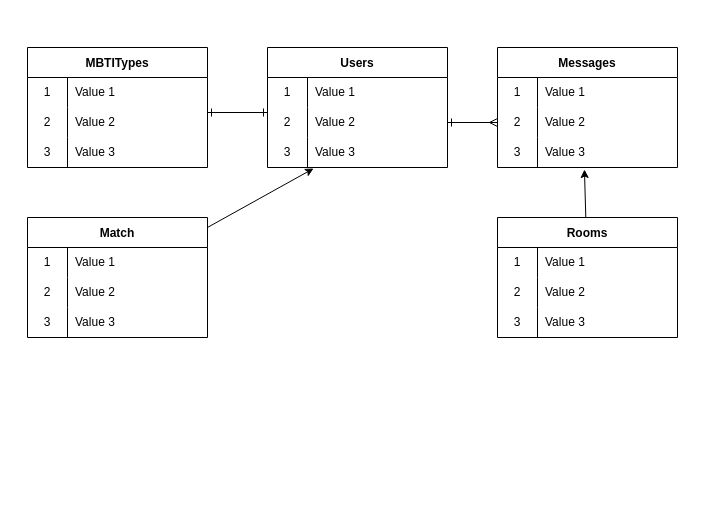
aki123a/mindmate keeps this draw.io diagram as er.dio. Above is the earlier version. Source tidied: cells renumbered, new cells numbered last; positions are measured from the earlier drawing's top-left corner, leaving out a move shared by most shapes. Both pictures are drawn from the tidied source at 100%, with x=0, y=0 at pixel (27, 47).
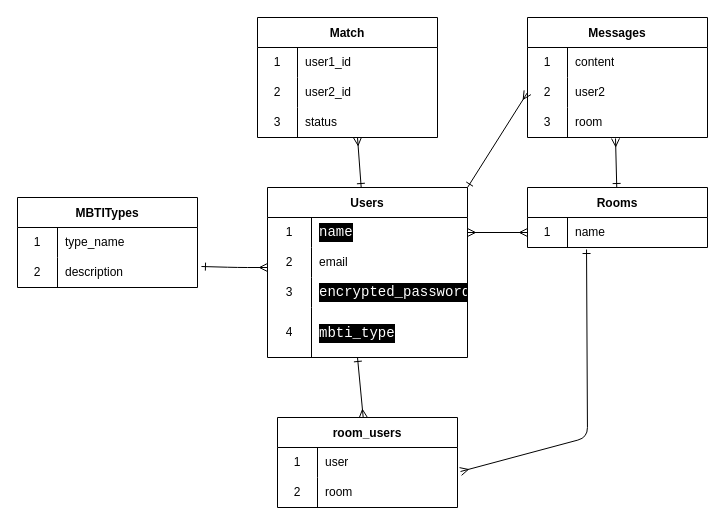
The same page after the edit.

Unchanged cells that the change refers to:
```xml
<mxCell id="3" style="shape=tableRow;horizontal=0;startSize=0;swimlaneHead=0;swimlaneBody=0;top=0;left=0;bottom=0;right=0;fillColor=none;" parent="2" vertex="1">
  <mxGeometry y="30" width="180" height="30" as="geometry" />
</mxCell>
<mxCell id="6" style="shape=tableRow;horizontal=0;startSize=0;swimlaneHead=0;swimlaneBody=0;top=0;left=0;bottom=0;right=0;fillColor=none;points=[[0,0.5],[1,0.5]];portConstraint=eastwest;" parent="2" vertex="1">
  <mxGeometry y="60" width="180" height="30" as="geometry" />
</mxCell>
<mxCell id="9" style="shape=tableRow;horizontal=0;startSize=0;swimlaneHead=0;swimlaneBody=0;top=0;left=0;bottom=0;right=0;fillColor=none;points=[[0,0.5],[1,0.5]];portConstraint=eastwest;" parent="2" vertex="1">
  <mxGeometry y="90" width="180" height="30" as="geometry" />
</mxCell>
<mxCell id="14" style="shape=tableRow;horizontal=0;startSize=0;swimlaneHead=0;swimlaneBody=0;top=0;left=0;bottom=0;right=0;fillColor=none;" parent="13" vertex="1">
  <mxGeometry y="30" width="180" height="30" as="geometry" />
</mxCell>
<mxCell id="17" style="shape=tableRow;horizontal=0;startSize=0;swimlaneHead=0;swimlaneBody=0;top=0;left=0;bottom=0;right=0;fillColor=none;" parent="13" vertex="1">
  <mxGeometry y="60" width="180" height="30" as="geometry" />
</mxCell>
<mxCell id="20" style="shape=tableRow;horizontal=0;startSize=0;swimlaneHead=0;swimlaneBody=0;top=0;left=0;bottom=0;right=0;fillColor=none;" parent="13" vertex="1">
  <mxGeometry y="90" width="180" height="30" as="geometry" />
</mxCell>
<mxCell id="24" style="shape=tableRow;horizontal=0;startSize=0;swimlaneHead=0;swimlaneBody=0;top=0;left=0;bottom=0;right=0;fillColor=none;" parent="23" vertex="1">
  <mxGeometry y="30" width="180" height="30" as="geometry" />
</mxCell>
<mxCell id="27" style="shape=tableRow;horizontal=0;startSize=0;swimlaneHead=0;swimlaneBody=0;top=0;left=0;bottom=0;right=0;fillColor=none;points=[[0,0.5],[1,0.5]];portConstraint=eastwest;" parent="23" vertex="1">
  <mxGeometry y="60" width="180" height="30" as="geometry" />
</mxCell>
<mxCell id="35" style="shape=tableRow;horizontal=0;startSize=0;swimlaneHead=0;swimlaneBody=0;top=0;left=0;bottom=0;right=0;fillColor=none;points=[[0,0.5],[1,0.5]];portConstraint=eastwest;" parent="34" vertex="1">
  <mxGeometry y="30" width="180" height="30" as="geometry" />
</mxCell>
```

Diff of the diagram source:
```diff
@@
     <mxCell id="2" value="Messages" style="shape=table;startSize=30;childLayout=tableLayout;rowLines=0;fontStyle=1;" parent="1" vertex="1">
-      <mxGeometry x="470" width="180" height="120" as="geometry" />
+      <mxGeometry x="500" y="-30" width="180" height="120" as="geometry" />
     </mxCell>
@@
-    <mxCell id="5" value="Value 1" style="shape=partialRectangle;html=1;whiteSpace=wrap;fillColor=none;top=0;left=0;bottom=0;right=0;align=left;spacingLeft=6;overflow=hidden;" parent="3" vertex="1">
+    <mxCell id="5" value="content" style="shape=partialRectangle;html=1;whiteSpace=wrap;fillColor=none;top=0;left=0;bottom=0;right=0;align=left;spacingLeft=6;overflow=hidden;" parent="3" vertex="1">
       <mxGeometry x="40" width="140" height="30" as="geometry" />
     </mxCell>
@@
-    <mxCell id="8" value="Value 2" style="shape=partialRectangle;html=1;whiteSpace=wrap;fillColor=none;top=0;left=0;bottom=0;right=0;align=left;spacingLeft=6;overflow=hidden;" parent="6" vertex="1">
+    <mxCell id="8" value="user2" style="shape=partialRectangle;html=1;whiteSpace=wrap;fillColor=none;top=0;left=0;bottom=0;right=0;align=left;spacingLeft=6;overflow=hidden;" parent="6" vertex="1">
       <mxGeometry x="40" width="140" height="30" as="geometry" />
     </mxCell>
@@
-    <mxCell id="11" value="Value 3" style="shape=partialRectangle;html=1;whiteSpace=wrap;fillColor=none;top=0;left=0;bottom=0;right=0;align=left;spacingLeft=6;overflow=hidden;" parent="9" vertex="1">
+    <mxCell id="11" value="room" style="shape=partialRectangle;html=1;whiteSpace=wrap;fillColor=none;top=0;left=0;bottom=0;right=0;align=left;spacingLeft=6;overflow=hidden;" parent="9" vertex="1">
       <mxGeometry x="40" width="140" height="30" as="geometry" />
     </mxCell>
-    <mxCell id="12" style="edgeStyle=none;html=1;entryX=0.256;entryY=1.033;entryDx=0;entryDy=0;entryPerimeter=0;" parent="1" edge="1" source="13" target="52">
-      <mxGeometry relative="1" as="geometry" />
+    <mxCell id="12" style="edgeStyle=none;html=1;endArrow=ERone;endFill=0;startArrow=ERmany;startFill=0;" parent="1" edge="1" target="45">
+      <mxGeometry relative="1" as="geometry">
+        <mxPoint x="330" y="90" as="sourcePoint" />
+      </mxGeometry>
     </mxCell>
     <mxCell id="13" value="Match" style="shape=table;startSize=30;childLayout=tableLayout;rowLines=0;fontStyle=1;" parent="1" vertex="1">
-      <mxGeometry y="170" width="180" height="120" as="geometry" />
+      <mxGeometry x="230" y="-30" width="180" height="120" as="geometry" />
     </mxCell>
@@
-    <mxCell id="16" value="Value 1" style="shape=partialRectangle;html=1;whiteSpace=wrap;fillColor=none;top=0;left=0;bottom=0;right=0;align=left;spacingLeft=6;overflow=hidden;" parent="14" vertex="1">
+    <mxCell id="16" value="user1_id" style="shape=partialRectangle;html=1;whiteSpace=wrap;fillColor=none;top=0;left=0;bottom=0;right=0;align=left;spacingLeft=6;overflow=hidden;" parent="14" vertex="1">
       <mxGeometry x="40" width="140" height="30" as="geometry" />
     </mxCell>
@@
-    <mxCell id="19" value="Value 2" style="shape=partialRectangle;html=1;whiteSpace=wrap;fillColor=none;top=0;left=0;bottom=0;right=0;align=left;spacingLeft=6;overflow=hidden;" parent="17" vertex="1">
+    <mxCell id="19" value="user2_id" style="shape=partialRectangle;html=1;whiteSpace=wrap;fillColor=none;top=0;left=0;bottom=0;right=0;align=left;spacingLeft=6;overflow=hidden;" parent="17" vertex="1">
       <mxGeometry x="40" width="140" height="30" as="geometry" />
     </mxCell>
@@
-    <mxCell id="22" value="Value 3" style="shape=partialRectangle;html=1;whiteSpace=wrap;fillColor=none;top=0;left=0;bottom=0;right=0;align=left;spacingLeft=6;overflow=hidden;" parent="20" vertex="1">
+    <mxCell id="22" value="status" style="shape=partialRectangle;html=1;whiteSpace=wrap;fillColor=none;top=0;left=0;bottom=0;right=0;align=left;spacingLeft=6;overflow=hidden;" parent="20" vertex="1">
       <mxGeometry x="40" width="140" height="30" as="geometry" />
     </mxCell>
     <mxCell id="23" value="MBTITypes" style="shape=table;startSize=30;childLayout=tableLayout;rowLines=0;fontStyle=1;" parent="1" vertex="1">
-      <mxGeometry width="180" height="120" as="geometry" />
+      <mxGeometry x="-10" y="150" width="180" height="90" as="geometry" />
     </mxCell>
@@
-    <mxCell id="26" value="Value 1" style="shape=partialRectangle;html=1;whiteSpace=wrap;fillColor=none;top=0;left=0;bottom=0;right=0;align=left;spacingLeft=6;overflow=hidden;" parent="24" vertex="1">
+    <mxCell id="26" value="type_name" style="shape=partialRectangle;html=1;whiteSpace=wrap;fillColor=none;top=0;left=0;bottom=0;right=0;align=left;spacingLeft=6;overflow=hidden;" parent="24" vertex="1">
       <mxGeometry x="40" width="140" height="30" as="geometry" />
     </mxCell>
@@
-    <mxCell id="29" value="Value 2" style="shape=partialRectangle;html=1;whiteSpace=wrap;fillColor=none;top=0;left=0;bottom=0;right=0;align=left;spacingLeft=6;overflow=hidden;" parent="27" vertex="1">
+    <mxCell id="29" value="description" style="shape=partialRectangle;html=1;whiteSpace=wrap;fillColor=none;top=0;left=0;bottom=0;right=0;align=left;spacingLeft=6;overflow=hidden;" parent="27" vertex="1">
       <mxGeometry x="40" width="140" height="30" as="geometry" />
     </mxCell>
-    <mxCell id="30" style="shape=tableRow;horizontal=0;startSize=0;swimlaneHead=0;swimlaneBody=0;top=0;left=0;bottom=0;right=0;fillColor=none;" parent="23" vertex="1">
-      <mxGeometry y="90" width="180" height="30" as="geometry" />
-    </mxCell>
-    <mxCell id="31" value="3" style="shape=partialRectangle;html=1;whiteSpace=wrap;fillColor=none;top=0;left=0;bottom=0;right=0;overflow=hidden;" parent="30" vertex="1">
-      <mxGeometry width="40" height="30" as="geometry" />
-    </mxCell>
-    <mxCell id="32" value="Value 3" style="shape=partialRectangle;html=1;whiteSpace=wrap;fillColor=none;top=0;left=0;bottom=0;right=0;align=left;spacingLeft=6;overflow=hidden;" parent="30" vertex="1">
-      <mxGeometry x="40" width="140" height="30" as="geometry" />
-    </mxCell>
-    <mxCell id="33" style="edgeStyle=none;html=1;entryX=0.483;entryY=1.067;entryDx=0;entryDy=0;entryPerimeter=0;" parent="1" edge="1" source="34" target="9">
+    <mxCell id="33" style="edgeStyle=none;html=1;entryX=0.489;entryY=1.033;entryDx=0;entryDy=0;entryPerimeter=0;startArrow=ERone;startFill=0;endArrow=ERmany;endFill=0;" parent="1" edge="1" source="34" target="9">
       <mxGeometry relative="1" as="geometry" />
     </mxCell>
     <mxCell id="34" value="Rooms" style="shape=table;startSize=30;childLayout=tableLayout;rowLines=0;fontStyle=1;" parent="1" vertex="1">
-      <mxGeometry x="470" y="170" width="180" height="120" as="geometry" />
+      <mxGeometry x="500" y="140" width="180" height="60" as="geometry" />
     </mxCell>
@@
-    <mxCell id="37" value="Value 1" style="shape=partialRectangle;html=1;whiteSpace=wrap;fillColor=none;top=0;left=0;bottom=0;right=0;align=left;spacingLeft=6;overflow=hidden;" parent="35" vertex="1">
+    <mxCell id="37" value="name" style="shape=partialRectangle;html=1;whiteSpace=wrap;fillColor=none;top=0;left=0;bottom=0;right=0;align=left;spacingLeft=6;overflow=hidden;" parent="35" vertex="1">
       <mxGeometry x="40" width="140" height="30" as="geometry" />
     </mxCell>
-    <mxCell id="38" style="shape=tableRow;horizontal=0;startSize=0;swimlaneHead=0;swimlaneBody=0;top=0;left=0;bottom=0;right=0;fillColor=none;" parent="34" vertex="1">
-      <mxGeometry y="60" width="180" height="30" as="geometry" />
-    </mxCell>
-    <mxCell id="39" value="2" style="shape=partialRectangle;html=1;whiteSpace=wrap;fillColor=none;top=0;left=0;bottom=0;right=0;overflow=hidden;" parent="38" vertex="1">
-      <mxGeometry width="40" height="30" as="geometry" />
-    </mxCell>
-    <mxCell id="40" value="Value 2" style="shape=partialRectangle;html=1;whiteSpace=wrap;fillColor=none;top=0;left=0;bottom=0;right=0;align=left;spacingLeft=6;overflow=hidden;" parent="38" vertex="1">
-      <mxGeometry x="40" width="140" height="30" as="geometry" />
-    </mxCell>
-    <mxCell id="41" style="shape=tableRow;horizontal=0;startSize=0;swimlaneHead=0;swimlaneBody=0;top=0;left=0;bottom=0;right=0;fillColor=none;" parent="34" vertex="1">
-      <mxGeometry y="90" width="180" height="30" as="geometry" />
-    </mxCell>
-    <mxCell id="42" value="3" style="shape=partialRectangle;html=1;whiteSpace=wrap;fillColor=none;top=0;left=0;bottom=0;right=0;overflow=hidden;" parent="41" vertex="1">
-      <mxGeometry width="40" height="30" as="geometry" />
-    </mxCell>
-    <mxCell id="43" value="Value 3" style="shape=partialRectangle;html=1;whiteSpace=wrap;fillColor=none;top=0;left=0;bottom=0;right=0;align=left;spacingLeft=6;overflow=hidden;" parent="41" vertex="1">
-      <mxGeometry x="40" width="140" height="30" as="geometry" />
-    </mxCell>
-    <mxCell id="44" style="edgeStyle=none;html=1;exitX=0;exitY=0.5;exitDx=0;exitDy=0;startArrow=ERone;startFill=0;endArrow=ERone;endFill=0;" parent="1" edge="1">
+    <mxCell id="44" style="edgeStyle=none;html=1;startArrow=ERmany;startFill=0;endArrow=ERone;endFill=0;entryX=1.022;entryY=0.3;entryDx=0;entryDy=0;entryPerimeter=0;" parent="1" edge="1" target="27">
       <mxGeometry relative="1" as="geometry">
-        <mxPoint x="240" y="65" as="sourcePoint" />
-        <mxPoint x="180" y="65" as="targetPoint" />
+        <mxPoint x="240" y="220" as="sourcePoint" />
+        <Array as="points">
+          <mxPoint x="210" y="220" />
+        </Array>
       </mxGeometry>
     </mxCell>
     <mxCell id="45" value="Users" style="shape=table;startSize=30;childLayout=tableLayout;rowLines=0;fontStyle=1;" parent="1" vertex="1">
-      <mxGeometry x="240" width="180" height="120" as="geometry" />
+      <mxGeometry x="240" y="140" width="200" height="170" as="geometry" />
     </mxCell>
     <mxCell id="46" style="shape=tableRow;horizontal=0;startSize=0;swimlaneHead=0;swimlaneBody=0;top=0;left=0;bottom=0;right=0;fillColor=none;points=[[0,0.5],[1,0.5]];portConstraint=eastwest;" parent="45" vertex="1">
-      <mxGeometry y="30" width="180" height="30" as="geometry" />
+      <mxGeometry y="30" width="200" height="30" as="geometry" />
     </mxCell>
     <mxCell id="47" value="1" style="shape=partialRectangle;html=1;whiteSpace=wrap;fillColor=none;top=0;left=0;bottom=0;right=0;overflow=hidden;" parent="46" vertex="1">
-      <mxGeometry width="40" height="30" as="geometry" />
+      <mxGeometry width="44" height="30" as="geometry" />
     </mxCell>
-    <mxCell id="48" value="Value 1" style="shape=partialRectangle;html=1;whiteSpace=wrap;fillColor=none;top=0;left=0;bottom=0;right=0;align=left;spacingLeft=6;overflow=hidden;" parent="46" vertex="1">
-      <mxGeometry x="40" width="140" height="30" as="geometry" />
+    <mxCell id="48" value="&lt;div style=&quot;color: rgb(255, 255, 255); background-color: rgb(0, 0, 0); font-family: Consolas, &amp;quot;Courier New&amp;quot;, monospace; font-size: 14px; line-height: 19px;&quot;&gt;name&lt;/div&gt;" style="shape=partialRectangle;html=1;whiteSpace=wrap;fillColor=none;top=0;left=0;bottom=0;right=0;align=left;spacingLeft=6;overflow=hidden;" parent="46" vertex="1">
+      <mxGeometry x="44" width="156" height="30" as="geometry" />
     </mxCell>
     <mxCell id="49" style="shape=tableRow;horizontal=0;startSize=0;swimlaneHead=0;swimlaneBody=0;top=0;left=0;bottom=0;right=0;fillColor=none;points=[[0,0.5],[1,0.5]];portConstraint=eastwest;" parent="45" vertex="1">
-      <mxGeometry y="60" width="180" height="30" as="geometry" />
+      <mxGeometry y="60" width="200" height="30" as="geometry" />
     </mxCell>
     <mxCell id="50" value="2" style="shape=partialRectangle;html=1;whiteSpace=wrap;fillColor=none;top=0;left=0;bottom=0;right=0;overflow=hidden;" parent="49" vertex="1">
-      <mxGeometry width="40" height="30" as="geometry" />
+      <mxGeometry width="44" height="30" as="geometry" />
     </mxCell>
-    <mxCell id="51" value="Value 2" style="shape=partialRectangle;html=1;whiteSpace=wrap;fillColor=none;top=0;left=0;bottom=0;right=0;align=left;spacingLeft=6;overflow=hidden;" parent="49" vertex="1">
-      <mxGeometry x="40" width="140" height="30" as="geometry" />
+    <mxCell id="51" value="email" style="shape=partialRectangle;html=1;whiteSpace=wrap;fillColor=none;top=0;left=0;bottom=0;right=0;align=left;spacingLeft=6;overflow=hidden;" parent="49" vertex="1">
+      <mxGeometry x="44" width="156" height="30" as="geometry" />
     </mxCell>
     <mxCell id="52" style="shape=tableRow;horizontal=0;startSize=0;swimlaneHead=0;swimlaneBody=0;top=0;left=0;bottom=0;right=0;fillColor=none;points=[[0,0.5],[1,0.5]];portConstraint=eastwest;" parent="45" vertex="1">
-      <mxGeometry y="90" width="180" height="30" as="geometry" />
+      <mxGeometry y="90" width="200" height="30" as="geometry" />
     </mxCell>
     <mxCell id="53" value="3" style="shape=partialRectangle;html=1;whiteSpace=wrap;fillColor=none;top=0;left=0;bottom=0;right=0;overflow=hidden;" parent="52" vertex="1">
-      <mxGeometry width="40" height="30" as="geometry" />
+      <mxGeometry width="44" height="30" as="geometry" />
     </mxCell>
-    <mxCell id="54" value="Value 3" style="shape=partialRectangle;html=1;whiteSpace=wrap;fillColor=none;top=0;left=0;bottom=0;right=0;align=left;spacingLeft=6;overflow=hidden;" parent="52" vertex="1">
-      <mxGeometry x="40" width="140" height="30" as="geometry" />
+    <mxCell id="54" value="&lt;div style=&quot;color: rgb(255, 255, 255); background-color: rgb(0, 0, 0); font-family: Consolas, &amp;quot;Courier New&amp;quot;, monospace; font-size: 14px; line-height: 19px;&quot;&gt;encrypted_password&lt;/div&gt;" style="shape=partialRectangle;html=1;whiteSpace=wrap;fillColor=none;top=0;left=0;bottom=0;right=0;align=left;spacingLeft=6;overflow=hidden;" parent="52" vertex="1">
+      <mxGeometry x="44" width="156" height="30" as="geometry" />
     </mxCell>
+    <mxCell id="56" style="shape=tableRow;horizontal=0;startSize=0;swimlaneHead=0;swimlaneBody=0;top=0;left=0;bottom=0;right=0;fillColor=none;points=[[0,0.5],[1,0.5]];portConstraint=eastwest;" parent="45" vertex="1">
+      <mxGeometry y="120" width="200" height="50" as="geometry" />
+    </mxCell>
+    <mxCell id="57" value="4" style="shape=partialRectangle;html=1;whiteSpace=wrap;fillColor=none;top=0;left=0;bottom=0;right=0;overflow=hidden;" parent="56" vertex="1">
+      <mxGeometry width="44" height="50" as="geometry" />
+    </mxCell>
+    <mxCell id="58" value="&lt;br&gt;&lt;div style=&quot;color: rgb(255, 255, 255); background-color: rgb(0, 0, 0); font-family: Consolas, &amp;quot;Courier New&amp;quot;, monospace; font-weight: normal; font-size: 14px; line-height: 19px;&quot;&gt;&lt;div style=&quot;line-height: 19px;&quot;&gt;mbti_type&lt;/div&gt;&lt;/div&gt;&lt;br&gt;" style="shape=partialRectangle;html=1;whiteSpace=wrap;fillColor=none;top=0;left=0;bottom=0;right=0;align=left;spacingLeft=6;overflow=hidden;" parent="56" vertex="1">
+      <mxGeometry x="44" width="156" height="50" as="geometry" />
+    </mxCell>
-    <mxCell id="55" style="edgeStyle=none;html=1;exitX=1;exitY=0.5;exitDx=0;exitDy=0;entryX=0;entryY=0.5;entryDx=0;entryDy=0;startArrow=ERone;startFill=0;endArrow=ERmany;endFill=0;" parent="1" edge="1" source="49" target="6">
+    <mxCell id="55" style="edgeStyle=none;html=1;exitX=1;exitY=0;exitDx=0;exitDy=0;entryX=0;entryY=0.5;entryDx=0;entryDy=0;startArrow=ERone;startFill=0;endArrow=ERmany;endFill=0;" parent="1" edge="1" source="45" target="6">
       <mxGeometry relative="1" as="geometry" />
     </mxCell>
+    <mxCell id="59" style="edgeStyle=none;html=1;startArrow=ERmany;startFill=0;endArrow=ERmany;endFill=0;exitX=0;exitY=0.5;exitDx=0;exitDy=0;entryX=1;entryY=0.5;entryDx=0;entryDy=0;" parent="1" edge="1" source="35" target="46">
+      <mxGeometry relative="1" as="geometry" />
+    </mxCell>
+    <mxCell id="60" style="edgeStyle=none;html=1;startArrow=ERmany;startFill=0;endArrow=ERone;endFill=0;entryX=0.45;entryY=1;entryDx=0;entryDy=0;entryPerimeter=0;" parent="1" edge="1" source="61" target="56">
+      <mxGeometry relative="1" as="geometry" />
+    </mxCell>
+    <mxCell id="61" value="room_users" style="shape=table;startSize=30;childLayout=tableLayout;rowLines=0;fontStyle=1;" parent="1" vertex="1">
+      <mxGeometry x="250" y="370" width="180" height="90" as="geometry" />
+    </mxCell>
+    <mxCell id="62" style="shape=tableRow;horizontal=0;startSize=0;swimlaneHead=0;swimlaneBody=0;top=0;left=0;bottom=0;right=0;fillColor=none;points=[[0,0.5],[1,0.5]];portConstraint=eastwest;" parent="61" vertex="1">
+      <mxGeometry y="30" width="180" height="30" as="geometry" />
+    </mxCell>
+    <mxCell id="63" value="1" style="shape=partialRectangle;html=1;whiteSpace=wrap;fillColor=none;top=0;left=0;bottom=0;right=0;overflow=hidden;" parent="62" vertex="1">
+      <mxGeometry width="40" height="30" as="geometry" />
+    </mxCell>
+    <mxCell id="64" value="user" style="shape=partialRectangle;html=1;whiteSpace=wrap;fillColor=none;top=0;left=0;bottom=0;right=0;align=left;spacingLeft=6;overflow=hidden;" parent="62" vertex="1">
+      <mxGeometry x="40" width="140" height="30" as="geometry" />
+    </mxCell>
+    <mxCell id="38" style="shape=tableRow;horizontal=0;startSize=0;swimlaneHead=0;swimlaneBody=0;top=0;left=0;bottom=0;right=0;fillColor=none;" parent="61" vertex="1">
+      <mxGeometry y="60" width="180" height="30" as="geometry" />
+    </mxCell>
+    <mxCell id="39" value="2" style="shape=partialRectangle;html=1;whiteSpace=wrap;fillColor=none;top=0;left=0;bottom=0;right=0;overflow=hidden;" parent="38" vertex="1">
+      <mxGeometry width="40" height="30" as="geometry" />
+    </mxCell>
+    <mxCell id="65" value="room" style="shape=partialRectangle;html=1;whiteSpace=wrap;fillColor=none;top=0;left=0;bottom=0;right=0;align=left;spacingLeft=6;overflow=hidden;" parent="38" vertex="1">
+      <mxGeometry x="40" width="140" height="30" as="geometry" />
+    </mxCell>
+    <mxCell id="66" style="edgeStyle=none;html=1;startArrow=ERmany;startFill=0;endArrow=ERone;endFill=0;exitX=1.017;exitY=0.8;exitDx=0;exitDy=0;exitPerimeter=0;entryX=0.328;entryY=1.067;entryDx=0;entryDy=0;entryPerimeter=0;" parent="1" edge="1" source="62" target="35">
+      <mxGeometry relative="1" as="geometry">
+        <Array as="points">
+          <mxPoint x="560" y="390" />
+        </Array>
+      </mxGeometry>
+    </mxCell>
```
